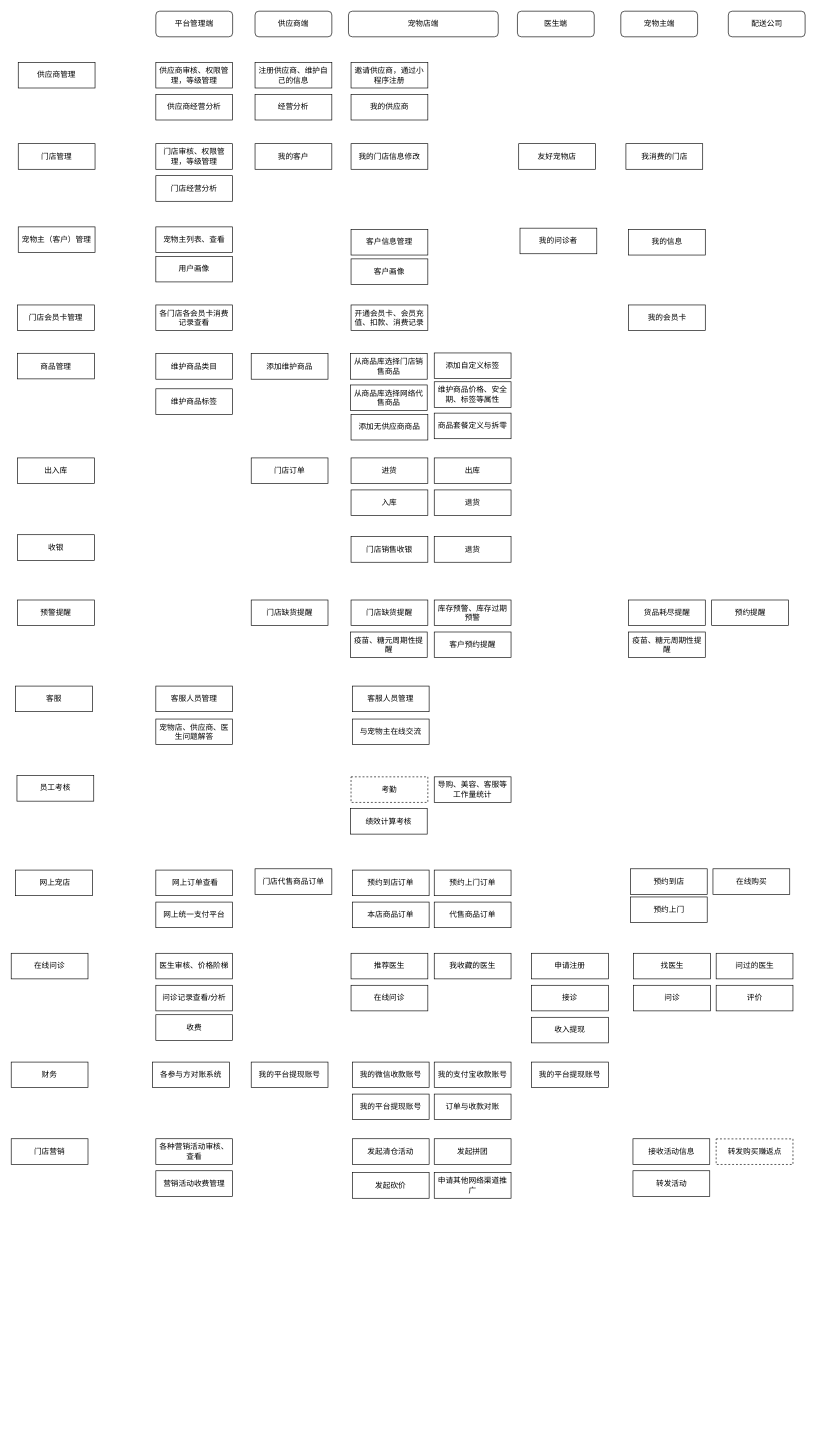
Above: 宠物平台.drawio in JefferNew/data2wisdom (draw.io), before the change. Source tidied: cells renumbered, new cells numbered last; positions are measured from the earlier drawing's top-left corner, leaving out a move shared by most shapes. Both pictures are drawn from the tidied source at 64%, with x=0, y=0 at pixel (11, 11).
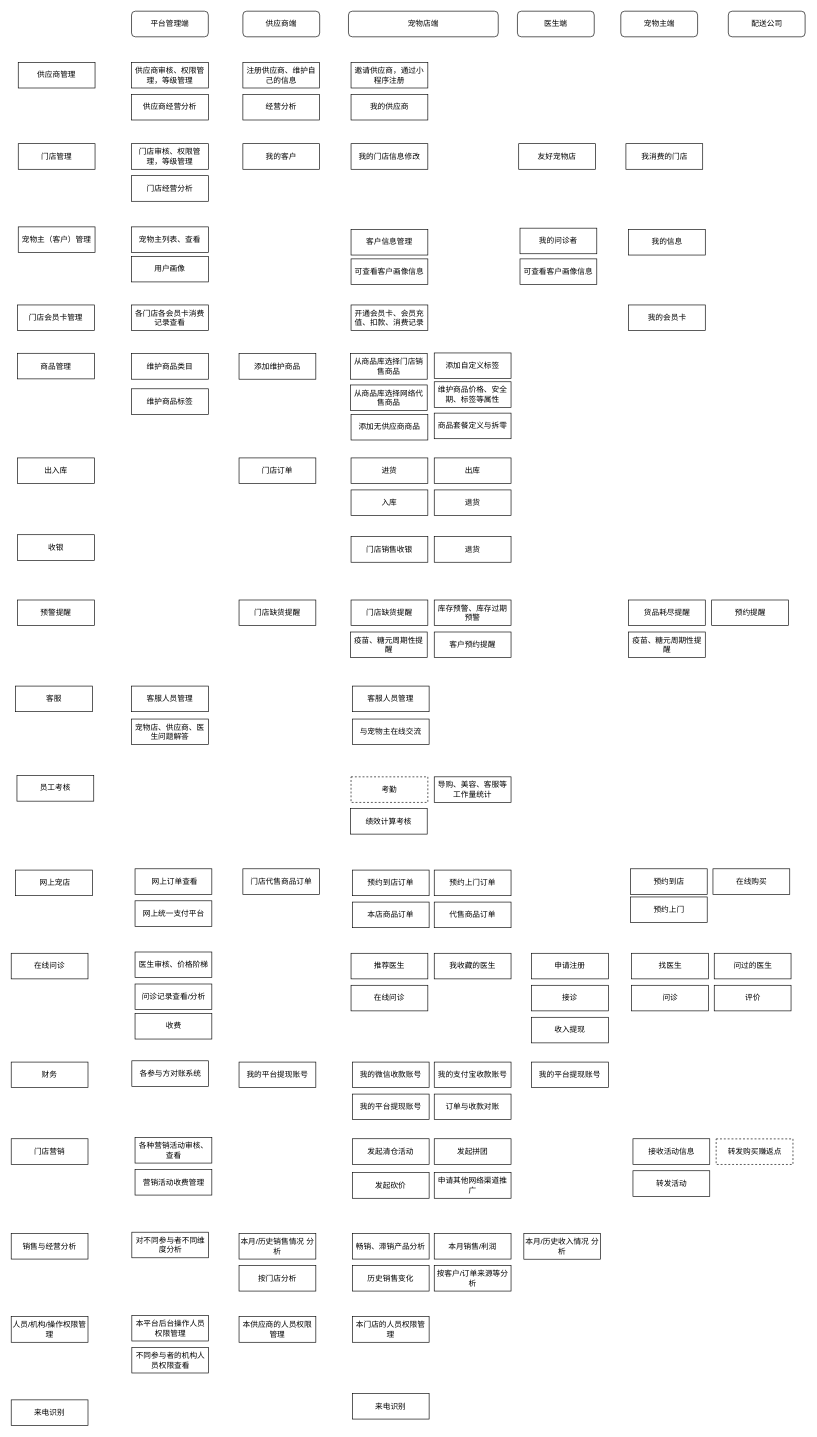
Above is the later version.

What changed in the source:
```diff
@@
     <mxCell id="2" value="平台管理端" style="rounded=1;whiteSpace=wrap;html=1;" parent="1" vertex="1">
-      <mxGeometry x="226" width="120" height="40" as="geometry" />
+      <mxGeometry x="188" width="120" height="40" as="geometry" />
     </mxCell>
     <mxCell id="3" value="供应商端" style="rounded=1;whiteSpace=wrap;html=1;" parent="1" vertex="1">
-      <mxGeometry x="381" width="120" height="40" as="geometry" />
+      <mxGeometry x="362" width="120" height="40" as="geometry" />
     </mxCell>
@@
     <mxCell id="10" value="供应商审核、权限管理，等级管理" style="rounded=0;whiteSpace=wrap;html=1;" parent="1" vertex="1">
-      <mxGeometry x="226" y="80" width="120" height="40" as="geometry" />
+      <mxGeometry x="188" y="80" width="120" height="40" as="geometry" />
     </mxCell>
     <mxCell id="11" value="注册供应商、维护自己的信息" style="rounded=0;whiteSpace=wrap;html=1;" parent="1" vertex="1">
-      <mxGeometry x="381" y="80" width="120" height="40" as="geometry" />
+      <mxGeometry x="362" y="80" width="120" height="40" as="geometry" />
     </mxCell>
@@
     <mxCell id="14" value="门店审核、权限管理，等级管理" style="rounded=0;whiteSpace=wrap;html=1;" parent="1" vertex="1">
-      <mxGeometry x="226" y="207" width="120" height="40" as="geometry" />
+      <mxGeometry x="188" y="207" width="120" height="40" as="geometry" />
     </mxCell>
     <mxCell id="15" value="供应商经营分析" style="rounded=0;whiteSpace=wrap;html=1;" parent="1" vertex="1">
-      <mxGeometry x="226" y="130" width="120" height="40" as="geometry" />
+      <mxGeometry x="188" y="130" width="120" height="40" as="geometry" />
     </mxCell>
     <mxCell id="16" value="门店经营分析" style="rounded=0;whiteSpace=wrap;html=1;" parent="1" vertex="1">
-      <mxGeometry x="226" y="257" width="120" height="40" as="geometry" />
+      <mxGeometry x="188" y="257" width="120" height="40" as="geometry" />
     </mxCell>
     <mxCell id="17" value="经营分析" style="rounded=0;whiteSpace=wrap;html=1;" parent="1" vertex="1">
-      <mxGeometry x="381" y="130" width="120" height="40" as="geometry" />
+      <mxGeometry x="362" y="130" width="120" height="40" as="geometry" />
     </mxCell>
     <mxCell id="18" value="我的客户" style="rounded=0;whiteSpace=wrap;html=1;" parent="1" vertex="1">
-      <mxGeometry x="381" y="207" width="120" height="40" as="geometry" />
+      <mxGeometry x="362" y="207" width="120" height="40" as="geometry" />
     </mxCell>
@@
     <mxCell id="22" value="宠物主列表、查看" style="rounded=0;whiteSpace=wrap;html=1;" parent="1" vertex="1">
-      <mxGeometry x="226" y="337" width="120" height="40" as="geometry" />
+      <mxGeometry x="188" y="337" width="120" height="40" as="geometry" />
     </mxCell>
     <mxCell id="23" value="用户画像" style="rounded=0;whiteSpace=wrap;html=1;" parent="1" vertex="1">
-      <mxGeometry x="226" y="383" width="120" height="40" as="geometry" />
+      <mxGeometry x="188" y="383" width="120" height="40" as="geometry" />
     </mxCell>
@@
-    <mxCell id="25" value="客户画像" style="rounded=0;whiteSpace=wrap;html=1;" parent="1" vertex="1">
+    <mxCell id="25" value="可查看客户画像信息" style="rounded=0;whiteSpace=wrap;html=1;" parent="1" vertex="1">
       <mxGeometry x="531" y="387" width="120" height="40" as="geometry" />
     </mxCell>
@@
     <mxCell id="30" value="各门店各会员卡消费记录查看" style="rounded=0;whiteSpace=wrap;html=1;" parent="1" vertex="1">
-      <mxGeometry x="226" y="459" width="120" height="40" as="geometry" />
+      <mxGeometry x="188" y="459" width="120" height="40" as="geometry" />
     </mxCell>
@@
     <mxCell id="34" value="维护商品类目" style="rounded=0;whiteSpace=wrap;html=1;" parent="1" vertex="1">
-      <mxGeometry x="226" y="535" width="120" height="40" as="geometry" />
+      <mxGeometry x="188" y="535" width="120" height="40" as="geometry" />
     </mxCell>
     <mxCell id="35" value="维护商品标签" style="rounded=0;whiteSpace=wrap;html=1;" parent="1" vertex="1">
-      <mxGeometry x="226" y="590" width="120" height="40" as="geometry" />
+      <mxGeometry x="188" y="590" width="120" height="40" as="geometry" />
     </mxCell>
     <mxCell id="36" value="添加维护商品" style="rounded=0;whiteSpace=wrap;html=1;" parent="1" vertex="1">
-      <mxGeometry x="375" y="535" width="120" height="40" as="geometry" />
+      <mxGeometry x="356" y="535" width="120" height="40" as="geometry" />
     </mxCell>
@@
     <mxCell id="45" value="门店订单" style="rounded=0;whiteSpace=wrap;html=1;" parent="1" vertex="1">
-      <mxGeometry x="375" y="698" width="120" height="40" as="geometry" />
+      <mxGeometry x="356" y="698" width="120" height="40" as="geometry" />
     </mxCell>
@@
     <mxCell id="53" value="门店缺货提醒" style="rounded=0;whiteSpace=wrap;html=1;" parent="1" vertex="1">
-      <mxGeometry x="375" y="920" width="120" height="40" as="geometry" />
+      <mxGeometry x="356" y="920" width="120" height="40" as="geometry" />
     </mxCell>
@@
     <mxCell id="62" value="客服人员管理" style="rounded=0;whiteSpace=wrap;html=1;" parent="1" vertex="1">
-      <mxGeometry x="226" y="1054.5" width="120" height="40" as="geometry" />
+      <mxGeometry x="188" y="1054.5" width="120" height="40" as="geometry" />
     </mxCell>
@@
     <mxCell id="64" value="宠物店、供应商、医生问题解答" style="rounded=0;whiteSpace=wrap;html=1;" parent="1" vertex="1">
-      <mxGeometry x="226" y="1106" width="120" height="40" as="geometry" />
+      <mxGeometry x="188" y="1106" width="120" height="40" as="geometry" />
     </mxCell>
@@
     <mxCell id="68" value="&amp;nbsp;网上订单查看" style="rounded=0;whiteSpace=wrap;html=1;" parent="1" vertex="1">
-      <mxGeometry x="226" y="1342" width="120" height="40" as="geometry" />
+      <mxGeometry x="193.5" y="1340" width="120" height="40" as="geometry" />
     </mxCell>
@@
     <mxCell id="72" value="门店代售商品订单" style="rounded=0;whiteSpace=wrap;html=1;" parent="1" vertex="1">
-      <mxGeometry x="381" y="1340" width="120" height="40" as="geometry" />
+      <mxGeometry x="362" y="1340" width="120" height="40" as="geometry" />
     </mxCell>
@@
     <mxCell id="78" value="医生审核、价格阶梯" style="rounded=0;whiteSpace=wrap;html=1;" parent="1" vertex="1">
-      <mxGeometry x="226" y="1472" width="120" height="40" as="geometry" />
+      <mxGeometry x="193.5" y="1470" width="120" height="40" as="geometry" />
     </mxCell>
     <mxCell id="79" value="问诊记录查看/分析" style="rounded=0;whiteSpace=wrap;html=1;" parent="1" vertex="1">
-      <mxGeometry x="226" y="1522" width="120" height="40" as="geometry" />
+      <mxGeometry x="193.5" y="1520" width="120" height="40" as="geometry" />
     </mxCell>
     <mxCell id="80" value="收费" style="rounded=0;whiteSpace=wrap;html=1;" parent="1" vertex="1">
-      <mxGeometry x="226" y="1568" width="120" height="40" as="geometry" />
+      <mxGeometry x="193.5" y="1566" width="120" height="40" as="geometry" />
     </mxCell>
@@
     <mxCell id="86" value="找医生" style="rounded=0;whiteSpace=wrap;html=1;" parent="1" vertex="1">
-      <mxGeometry x="972.5" y="1472" width="120" height="40" as="geometry" />
+      <mxGeometry x="969.5" y="1472" width="120" height="40" as="geometry" />
     </mxCell>
     <mxCell id="87" value="问诊" style="rounded=0;whiteSpace=wrap;html=1;" parent="1" vertex="1">
-      <mxGeometry x="972.5" y="1522" width="120" height="40" as="geometry" />
+      <mxGeometry x="969.5" y="1522" width="120" height="40" as="geometry" />
     </mxCell>
     <mxCell id="88" value="问过的医生" style="rounded=0;whiteSpace=wrap;html=1;" parent="1" vertex="1">
-      <mxGeometry x="1101.5" y="1472" width="120" height="40" as="geometry" />
+      <mxGeometry x="1098.5" y="1472" width="120" height="40" as="geometry" />
     </mxCell>
     <mxCell id="89" value="评价" style="rounded=0;whiteSpace=wrap;html=1;" parent="1" vertex="1">
-      <mxGeometry x="1101.5" y="1522" width="120" height="40" as="geometry" />
+      <mxGeometry x="1098.5" y="1522" width="120" height="40" as="geometry" />
     </mxCell>
@@
     <mxCell id="92" value="我的平台提现账号" style="rounded=0;whiteSpace=wrap;html=1;" parent="1" vertex="1">
-      <mxGeometry x="375" y="1642" width="120" height="40" as="geometry" />
+      <mxGeometry x="356" y="1642" width="120" height="40" as="geometry" />
     </mxCell>
@@
     <mxCell id="96" value="网上统一支付平台" style="rounded=0;whiteSpace=wrap;html=1;" parent="1" vertex="1">
-      <mxGeometry x="226" y="1392" width="120" height="40" as="geometry" />
+      <mxGeometry x="193.5" y="1390" width="120" height="40" as="geometry" />
     </mxCell>
@@
     <mxCell id="99" value="各参与方对账系统" style="rounded=0;whiteSpace=wrap;html=1;" parent="1" vertex="1">
-      <mxGeometry x="221" y="1642" width="120" height="40" as="geometry" />
+      <mxGeometry x="188.5" y="1640" width="120" height="40" as="geometry" />
     </mxCell>
@@
     <mxCell id="104" value="各种营销活动审核、查看" style="rounded=0;whiteSpace=wrap;html=1;" parent="1" vertex="1">
-      <mxGeometry x="226" y="1761.8" width="120" height="40" as="geometry" />
+      <mxGeometry x="193.5" y="1759.8" width="120" height="40" as="geometry" />
     </mxCell>
     <mxCell id="105" value="营销活动收费管理" style="rounded=0;whiteSpace=wrap;html=1;" parent="1" vertex="1">
-      <mxGeometry x="226" y="1811.8" width="120" height="40" as="geometry" />
+      <mxGeometry x="193.5" y="1809.8" width="120" height="40" as="geometry" />
     </mxCell>
@@
+    <mxCell id="113" value="销售与经营分析" style="rounded=0;whiteSpace=wrap;html=1;" parent="1" vertex="1">
+      <mxGeometry y="1909.8" width="120" height="40" as="geometry" />
+    </mxCell>
+    <mxCell id="114" value="畅销、滞销产品分析" style="rounded=0;whiteSpace=wrap;html=1;" parent="1" vertex="1">
+      <mxGeometry x="533" y="1909.8" width="120" height="40" as="geometry" />
+    </mxCell>
+    <mxCell id="115" value="本月销售/利润" style="rounded=0;whiteSpace=wrap;html=1;" parent="1" vertex="1">
+      <mxGeometry x="661" y="1909.8" width="120" height="40" as="geometry" />
+    </mxCell>
+    <mxCell id="116" value="历史销售变化" style="rounded=0;whiteSpace=wrap;html=1;" parent="1" vertex="1">
+      <mxGeometry x="533" y="1959.8" width="120" height="40" as="geometry" />
+    </mxCell>
+    <mxCell id="117" value="本月/历史销售情况&amp;nbsp;分析" style="rounded=0;whiteSpace=wrap;html=1;" parent="1" vertex="1">
+      <mxGeometry x="356" y="1909.8" width="120" height="40" as="geometry" />
+    </mxCell>
+    <mxCell id="118" value="按门店分析" style="rounded=0;whiteSpace=wrap;html=1;" parent="1" vertex="1">
+      <mxGeometry x="356" y="1959.8" width="120" height="40" as="geometry" />
+    </mxCell>
+    <mxCell id="119" value="按客户/订单来源等分析" style="rounded=0;whiteSpace=wrap;html=1;" parent="1" vertex="1">
+      <mxGeometry x="661" y="1959.8" width="120" height="40" as="geometry" />
+    </mxCell>
+    <mxCell id="120" value="对不同参与者不同维度分析" style="rounded=0;whiteSpace=wrap;html=1;" parent="1" vertex="1">
+      <mxGeometry x="188.5" y="1907.8" width="120" height="40" as="geometry" />
+    </mxCell>
+    <mxCell id="121" value="本月/历史收入情况&amp;nbsp;分析" style="rounded=0;whiteSpace=wrap;html=1;" parent="1" vertex="1">
+      <mxGeometry x="801" y="1910" width="120" height="40" as="geometry" />
+    </mxCell>
+    <mxCell id="122" value="可查看客户画像信息" style="rounded=0;whiteSpace=wrap;html=1;" parent="1" vertex="1">
+      <mxGeometry x="795" y="387" width="120" height="40" as="geometry" />
+    </mxCell>
+    <mxCell id="123" value="人员/机构/操作权限管理" style="rounded=0;whiteSpace=wrap;html=1;" parent="1" vertex="1">
+      <mxGeometry y="2039.8" width="120" height="40" as="geometry" />
+    </mxCell>
+    <mxCell id="124" value="本平台后台操作人员权限管理" style="rounded=0;whiteSpace=wrap;html=1;" parent="1" vertex="1">
+      <mxGeometry x="188.5" y="2037.8" width="120" height="40" as="geometry" />
+    </mxCell>
+    <mxCell id="125" value="不同参与者的机构人员权限查看" style="rounded=0;whiteSpace=wrap;html=1;" parent="1" vertex="1">
+      <mxGeometry x="188.5" y="2087.8" width="120" height="40" as="geometry" />
+    </mxCell>
+    <mxCell id="126" value="本供应商的人员权限管理" style="rounded=0;whiteSpace=wrap;html=1;" parent="1" vertex="1">
+      <mxGeometry x="356" y="2039.8" width="120" height="40" as="geometry" />
+    </mxCell>
+    <mxCell id="127" value="本门店的人员权限管理" style="rounded=0;whiteSpace=wrap;html=1;" parent="1" vertex="1">
+      <mxGeometry x="533" y="2039.8" width="120" height="40" as="geometry" />
+    </mxCell>
+    <mxCell id="128" value="来电识别" style="rounded=0;whiteSpace=wrap;html=1;" parent="1" vertex="1">
+      <mxGeometry y="2169.8" width="120" height="40" as="geometry" />
+    </mxCell>
+    <mxCell id="129" value="来电识别" style="rounded=0;whiteSpace=wrap;html=1;" parent="1" vertex="1">
+      <mxGeometry x="533" y="2159.8" width="120" height="40" as="geometry" />
+    </mxCell>
```
